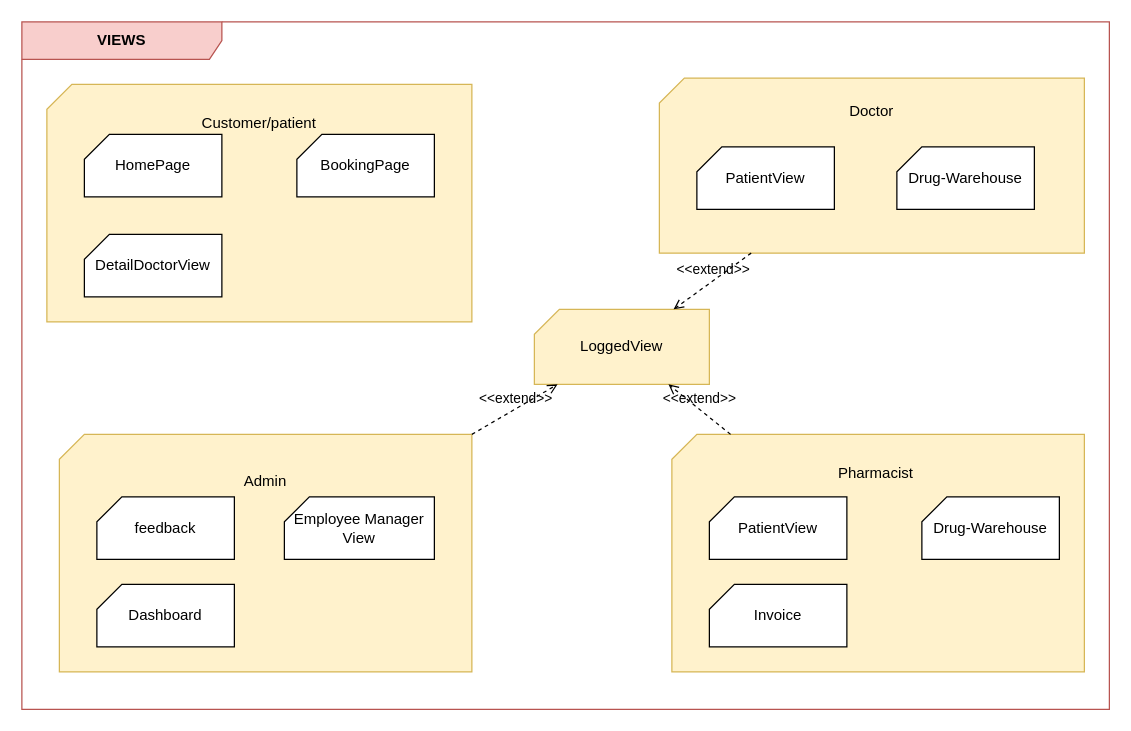
Before: page "Page-2" (2 of 4) of doc/SowareArchiture/SA-diagram.drawio in DN2803/Intro2SE_21_3_lab, a draw.io diagram. Source tidied: cells renumbered, new cells numbered last; positions are measured from the earlier drawing's top-left corner, leaving out a move shared by most shapes. Both pictures are drawn from the tidied source at 125%, with x=0, y=0 at pixel (21, 21).
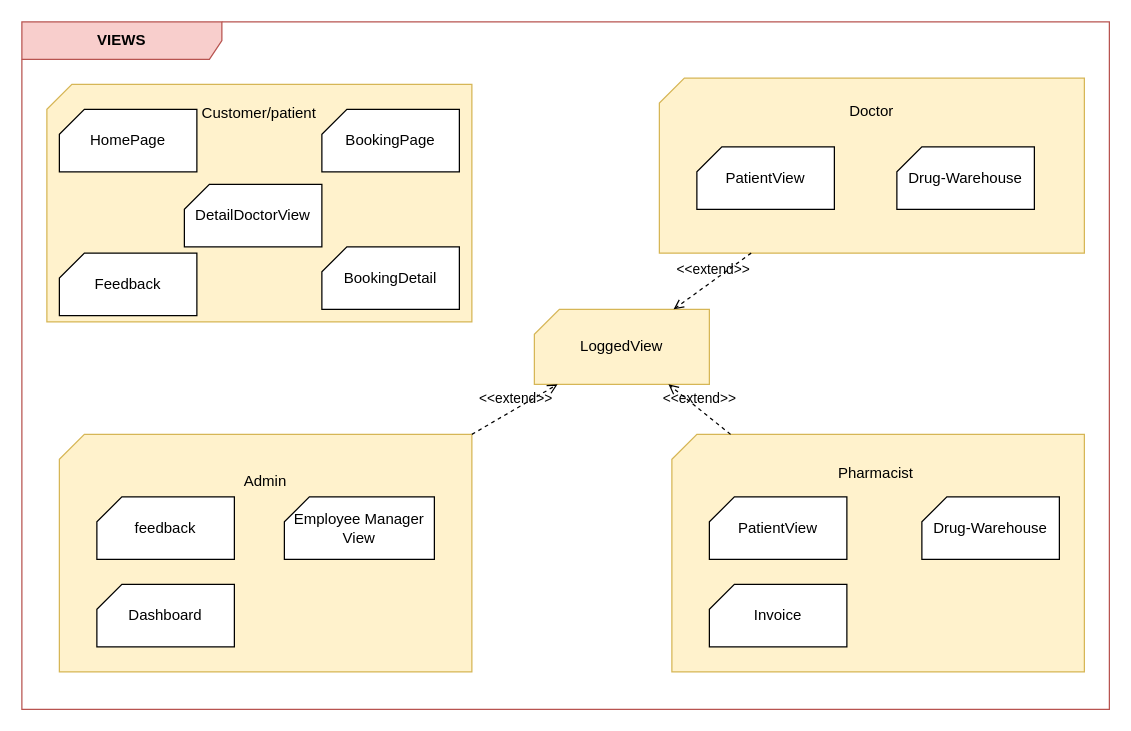
Above is the later version.

The change refers to these unchanged cells:
```xml
<mxCell id="2" value="&lt;b&gt;VIEWS&lt;/b&gt;" style="shape=umlFrame;whiteSpace=wrap;html=1;width=160;fillColor=#f8cecc;strokeColor=#b85450;" parent="1" vertex="1">
  <mxGeometry width="870" height="550" as="geometry" />
</mxCell>
```

Change to the diagram source:
```diff
@@
-    <mxCell id="3" value="Customer/patient&lt;br style=&quot;border-color: var(--border-color);&quot;&gt;&lt;br style=&quot;border-color: var(--border-color);&quot;&gt;&lt;br style=&quot;border-color: var(--border-color);&quot;&gt;&lt;br style=&quot;border-color: var(--border-color);&quot;&gt;&lt;br style=&quot;border-color: var(--border-color);&quot;&gt;&lt;br style=&quot;border-color: var(--border-color);&quot;&gt;&lt;br style=&quot;border-color: var(--border-color);&quot;&gt;&lt;br style=&quot;border-color: var(--border-color);&quot;&gt;&lt;br&gt;&lt;br&gt;" style="shape=card;whiteSpace=wrap;html=1;size=20;fillColor=#fff2cc;strokeColor=#d6b656;" parent="2" vertex="1">
+    <mxCell id="3" value="Customer/patient&lt;br style=&quot;border-color: var(--border-color);&quot;&gt;&lt;br&gt;&lt;br&gt;&lt;br style=&quot;border-color: var(--border-color);&quot;&gt;&lt;br style=&quot;border-color: var(--border-color);&quot;&gt;&lt;br style=&quot;border-color: var(--border-color);&quot;&gt;&lt;br style=&quot;border-color: var(--border-color);&quot;&gt;&lt;br style=&quot;border-color: var(--border-color);&quot;&gt;&lt;br style=&quot;border-color: var(--border-color);&quot;&gt;&lt;br style=&quot;border-color: var(--border-color);&quot;&gt;&lt;br&gt;" style="shape=card;whiteSpace=wrap;html=1;size=20;fillColor=#fff2cc;strokeColor=#d6b656;" parent="2" vertex="1">
       <mxGeometry x="20" y="50" width="340" height="190" as="geometry" />
     </mxCell>
     <mxCell id="4" value="HomePage" style="shape=card;whiteSpace=wrap;html=1;size=20;" parent="2" vertex="1">
-      <mxGeometry x="50" y="90" width="110" height="50" as="geometry" />
+      <mxGeometry x="30" y="70" width="110" height="50" as="geometry" />
     </mxCell>
     <mxCell id="5" value="BookingPage" style="shape=card;whiteSpace=wrap;html=1;size=20;" parent="2" vertex="1">
-      <mxGeometry x="220" y="90" width="110" height="50" as="geometry" />
+      <mxGeometry x="240" y="70" width="110" height="50" as="geometry" />
     </mxCell>
     <mxCell id="6" value="DetailDoctorView" style="shape=card;whiteSpace=wrap;html=1;size=20;" parent="2" vertex="1">
-      <mxGeometry x="50" y="170" width="110" height="50" as="geometry" />
+      <mxGeometry x="130" y="130" width="110" height="50" as="geometry" />
     </mxCell>
@@
+    <mxCell id="22" value="BookingDetail" style="shape=card;whiteSpace=wrap;html=1;size=20;" parent="2" vertex="1">
+      <mxGeometry x="240" y="180" width="110" height="50" as="geometry" />
+    </mxCell>
+    <mxCell id="23" style="edgeStyle=orthogonalEdgeStyle;rounded=0;orthogonalLoop=1;jettySize=auto;html=1;exitX=0.5;exitY=1;exitDx=0;exitDy=0;exitPerimeter=0;" parent="2" edge="1" source="5" target="5">
+      <mxGeometry relative="1" as="geometry" />
+    </mxCell>
+    <mxCell id="24" value="Feedback" style="shape=card;whiteSpace=wrap;html=1;size=20;" parent="2" vertex="1">
+      <mxGeometry x="30" y="185" width="110" height="50" as="geometry" />
+    </mxCell>
```
